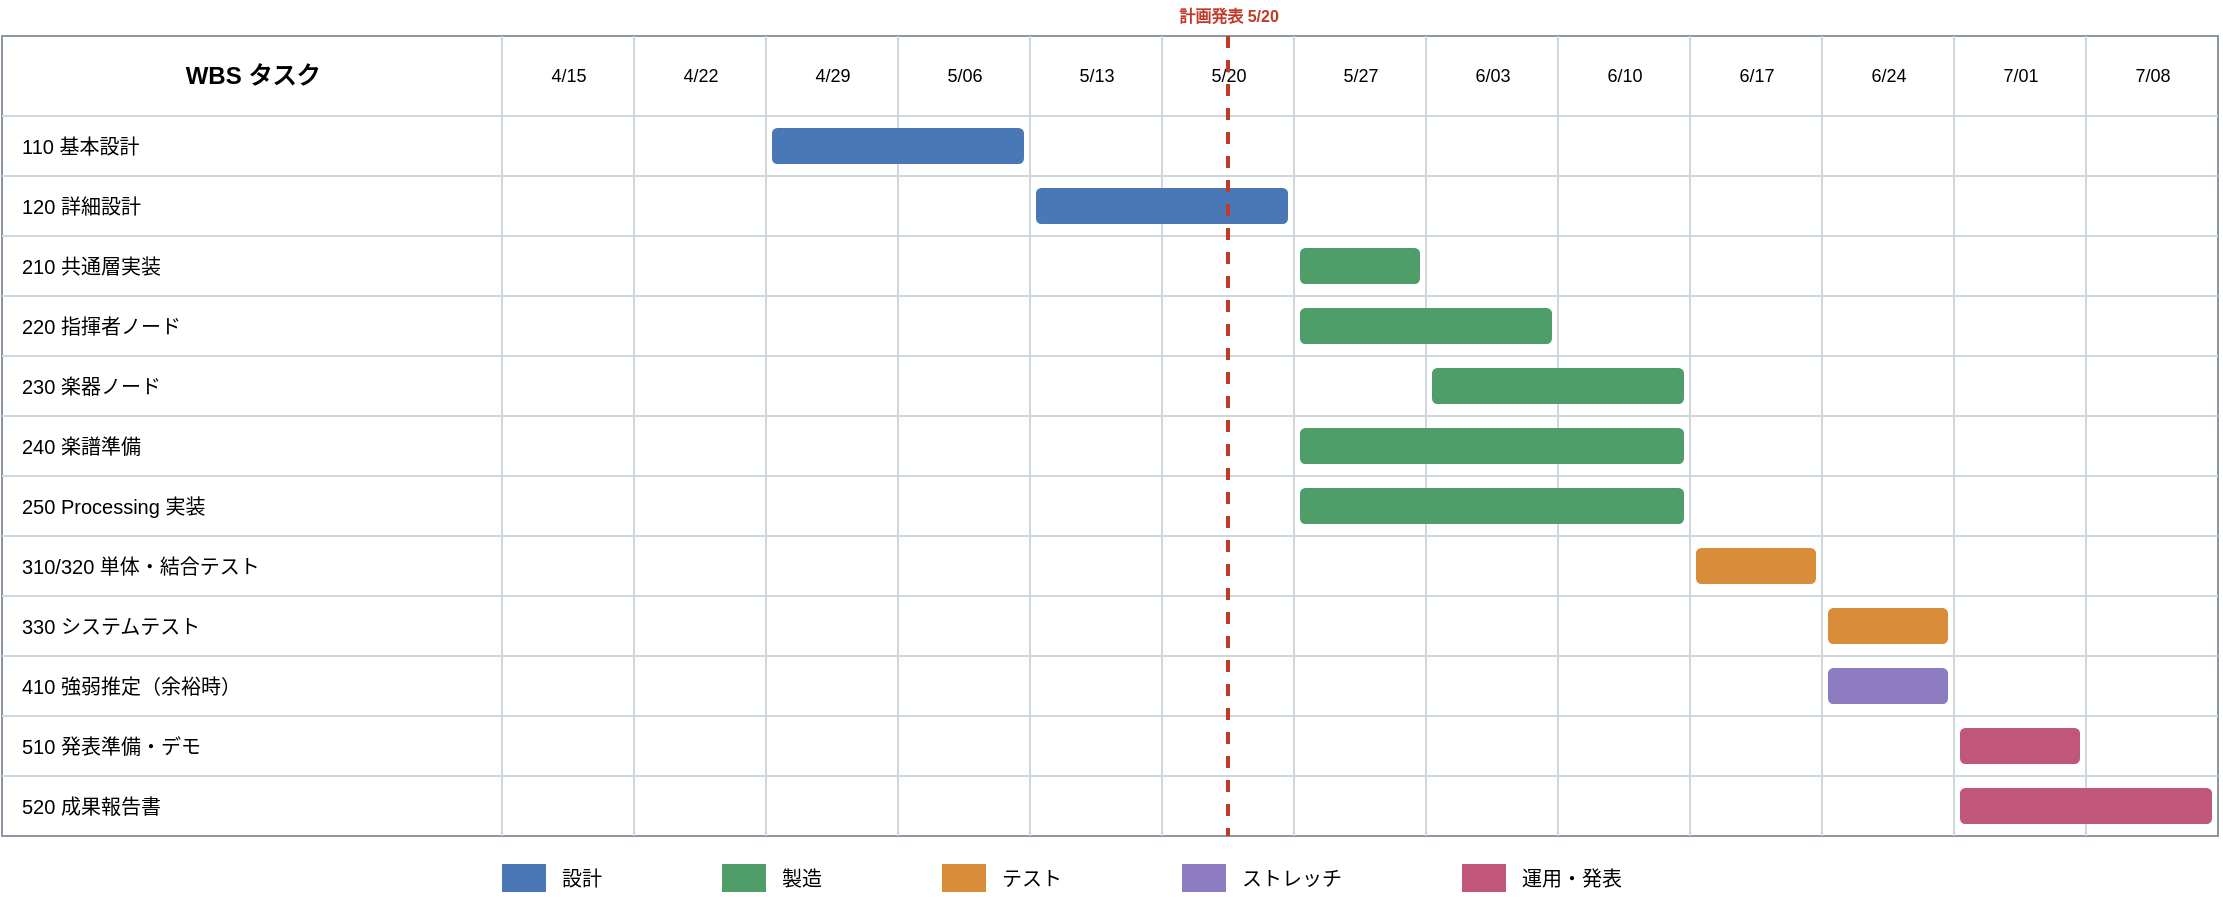
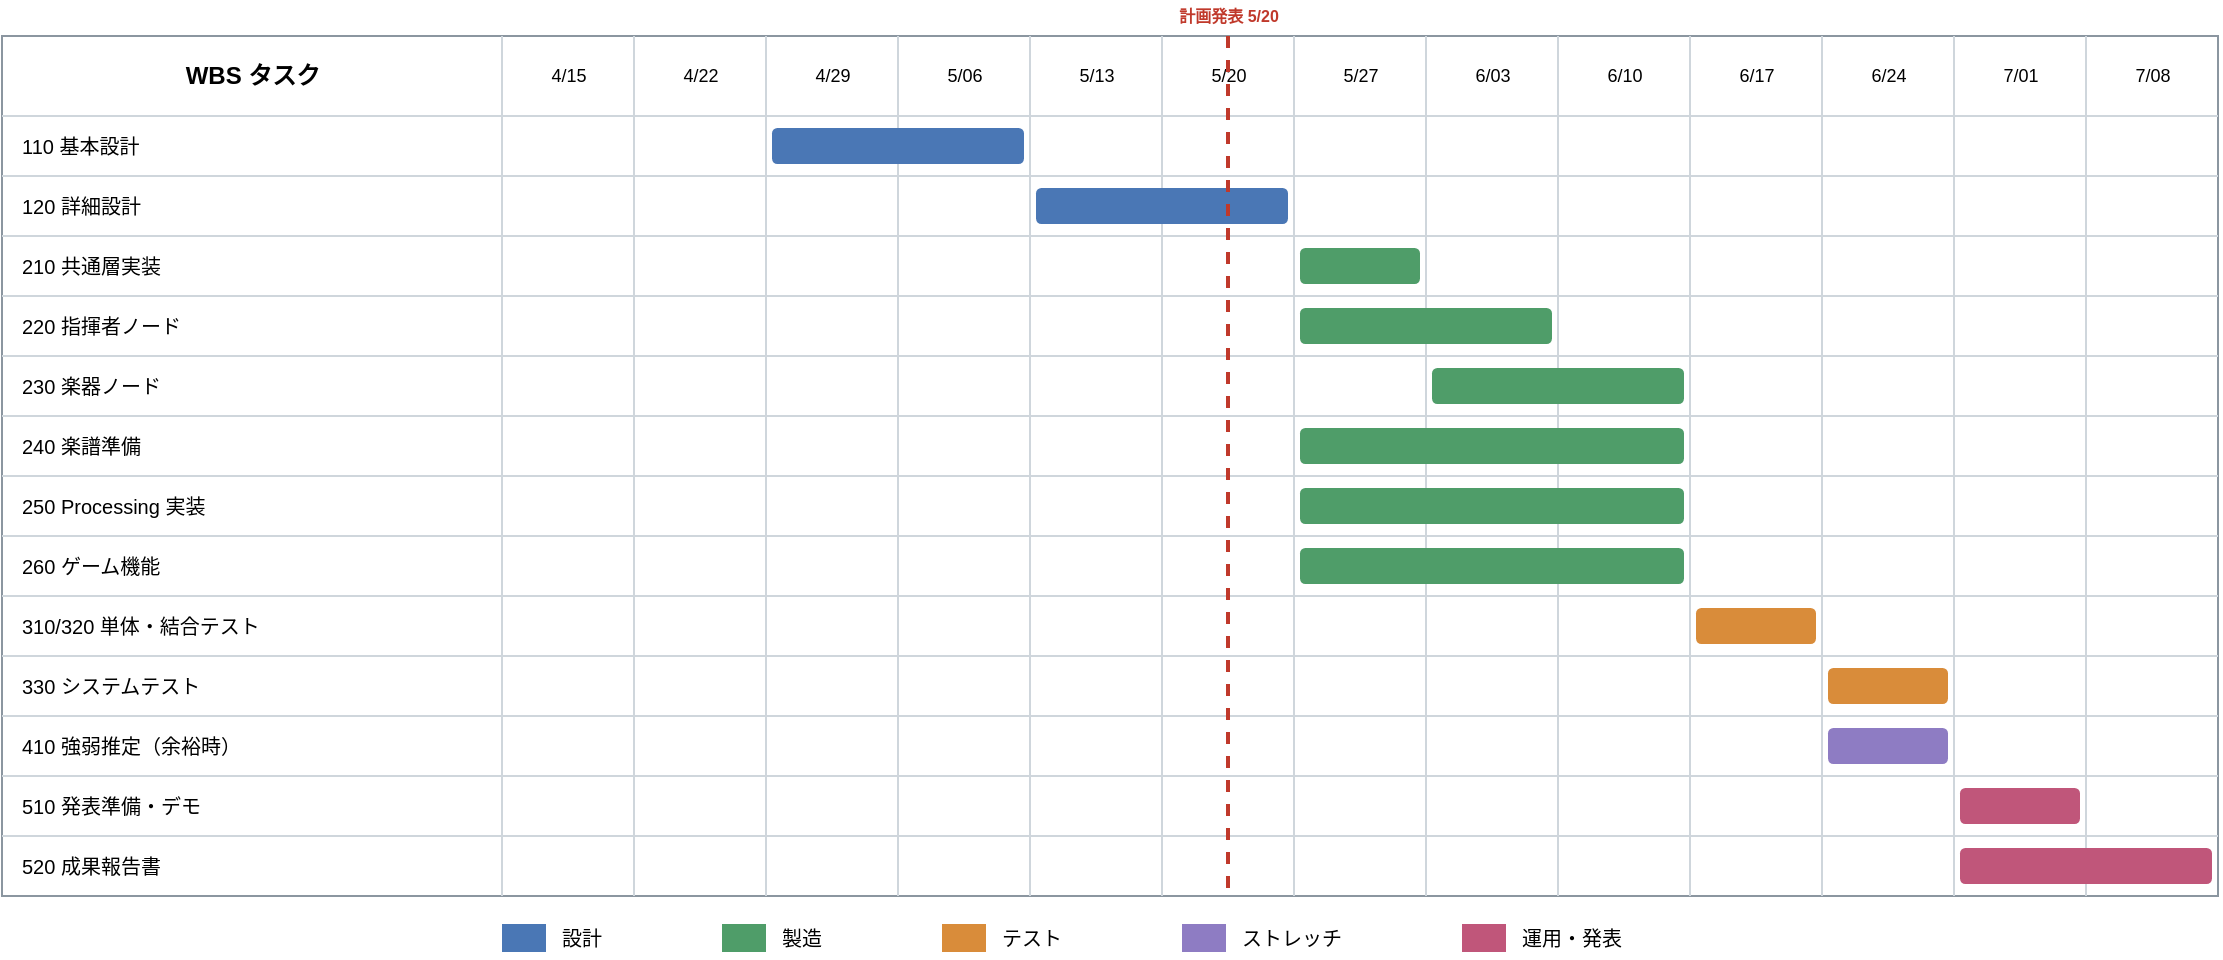
<mxfile host="Claude">
  <diagram id="gantt" name="Gantt">
-     <mxGraphModel dx="1160" dy="470" grid="0" gridSize="10" guides="1" tooltips="1" connect="1" arrows="1" fold="1" page="1" pageScale="1" pageWidth="1160" pageHeight="470" math="0" shadow="0">
+     <mxGraphModel dx="1160" dy="500" grid="0" gridSize="10" guides="1" tooltips="1" connect="1" arrows="1" fold="1" page="1" pageScale="1" pageWidth="1160" pageHeight="500" math="0" shadow="0">
      <root>
        <mxCell id="0"/>
        <mxCell id="1" parent="0"/>
-         <mxCell id="frame" value="" style="rounded=0;whiteSpace=wrap;html=1;fillColor=none;strokeColor=#8B96A0;" vertex="1" parent="1"><mxGeometry x="20" y="20" width="1108" height="400" as="geometry"/></mxCell>
-         <mxCell id="vl0" style="endArrow=none;html=1;strokeColor=#CFD6DC;" edge="1" parent="1"><mxGeometry relative="1" as="geometry"><mxPoint x="270" y="20" as="sourcePoint"/><mxPoint x="270" y="420" as="targetPoint"/></mxGeometry></mxCell>
-         <mxCell id="vl1" style="endArrow=none;html=1;strokeColor=#CFD6DC;" edge="1" parent="1"><mxGeometry relative="1" as="geometry"><mxPoint x="336" y="20" as="sourcePoint"/><mxPoint x="336" y="420" as="targetPoint"/></mxGeometry></mxCell>
-         <mxCell id="vl2" style="endArrow=none;html=1;strokeColor=#CFD6DC;" edge="1" parent="1"><mxGeometry relative="1" as="geometry"><mxPoint x="402" y="20" as="sourcePoint"/><mxPoint x="402" y="420" as="targetPoint"/></mxGeometry></mxCell>
-         <mxCell id="vl3" style="endArrow=none;html=1;strokeColor=#CFD6DC;" edge="1" parent="1"><mxGeometry relative="1" as="geometry"><mxPoint x="468" y="20" as="sourcePoint"/><mxPoint x="468" y="420" as="targetPoint"/></mxGeometry></mxCell>
-         <mxCell id="vl4" style="endArrow=none;html=1;strokeColor=#CFD6DC;" edge="1" parent="1"><mxGeometry relative="1" as="geometry"><mxPoint x="534" y="20" as="sourcePoint"/><mxPoint x="534" y="420" as="targetPoint"/></mxGeometry></mxCell>
-         <mxCell id="vl5" style="endArrow=none;html=1;strokeColor=#CFD6DC;" edge="1" parent="1"><mxGeometry relative="1" as="geometry"><mxPoint x="600" y="20" as="sourcePoint"/><mxPoint x="600" y="420" as="targetPoint"/></mxGeometry></mxCell>
-         <mxCell id="vl6" style="endArrow=none;html=1;strokeColor=#CFD6DC;" edge="1" parent="1"><mxGeometry relative="1" as="geometry"><mxPoint x="666" y="20" as="sourcePoint"/><mxPoint x="666" y="420" as="targetPoint"/></mxGeometry></mxCell>
-         <mxCell id="vl7" style="endArrow=none;html=1;strokeColor=#CFD6DC;" edge="1" parent="1"><mxGeometry relative="1" as="geometry"><mxPoint x="732" y="20" as="sourcePoint"/><mxPoint x="732" y="420" as="targetPoint"/></mxGeometry></mxCell>
-         <mxCell id="vl8" style="endArrow=none;html=1;strokeColor=#CFD6DC;" edge="1" parent="1"><mxGeometry relative="1" as="geometry"><mxPoint x="798" y="20" as="sourcePoint"/><mxPoint x="798" y="420" as="targetPoint"/></mxGeometry></mxCell>
-         <mxCell id="vl9" style="endArrow=none;html=1;strokeColor=#CFD6DC;" edge="1" parent="1"><mxGeometry relative="1" as="geometry"><mxPoint x="864" y="20" as="sourcePoint"/><mxPoint x="864" y="420" as="targetPoint"/></mxGeometry></mxCell>
-         <mxCell id="vl10" style="endArrow=none;html=1;strokeColor=#CFD6DC;" edge="1" parent="1"><mxGeometry relative="1" as="geometry"><mxPoint x="930" y="20" as="sourcePoint"/><mxPoint x="930" y="420" as="targetPoint"/></mxGeometry></mxCell>
-         <mxCell id="vl11" style="endArrow=none;html=1;strokeColor=#CFD6DC;" edge="1" parent="1"><mxGeometry relative="1" as="geometry"><mxPoint x="996" y="20" as="sourcePoint"/><mxPoint x="996" y="420" as="targetPoint"/></mxGeometry></mxCell>
-         <mxCell id="vl12" style="endArrow=none;html=1;strokeColor=#CFD6DC;" edge="1" parent="1"><mxGeometry relative="1" as="geometry"><mxPoint x="1062" y="20" as="sourcePoint"/><mxPoint x="1062" y="420" as="targetPoint"/></mxGeometry></mxCell>
+         <mxCell id="frame" value="" style="rounded=0;whiteSpace=wrap;html=1;fillColor=none;strokeColor=#8B96A0;" vertex="1" parent="1"><mxGeometry x="20" y="20" width="1108" height="430" as="geometry"/></mxCell>
+         <mxCell id="vl0" style="endArrow=none;html=1;strokeColor=#CFD6DC;" edge="1" parent="1"><mxGeometry relative="1" as="geometry"><mxPoint x="270" y="20" as="sourcePoint"/><mxPoint x="270" y="450" as="targetPoint"/></mxGeometry></mxCell>
+         <mxCell id="vl1" style="endArrow=none;html=1;strokeColor=#CFD6DC;" edge="1" parent="1"><mxGeometry relative="1" as="geometry"><mxPoint x="336" y="20" as="sourcePoint"/><mxPoint x="336" y="450" as="targetPoint"/></mxGeometry></mxCell>
+         <mxCell id="vl2" style="endArrow=none;html=1;strokeColor=#CFD6DC;" edge="1" parent="1"><mxGeometry relative="1" as="geometry"><mxPoint x="402" y="20" as="sourcePoint"/><mxPoint x="402" y="450" as="targetPoint"/></mxGeometry></mxCell>
+         <mxCell id="vl3" style="endArrow=none;html=1;strokeColor=#CFD6DC;" edge="1" parent="1"><mxGeometry relative="1" as="geometry"><mxPoint x="468" y="20" as="sourcePoint"/><mxPoint x="468" y="450" as="targetPoint"/></mxGeometry></mxCell>
+         <mxCell id="vl4" style="endArrow=none;html=1;strokeColor=#CFD6DC;" edge="1" parent="1"><mxGeometry relative="1" as="geometry"><mxPoint x="534" y="20" as="sourcePoint"/><mxPoint x="534" y="450" as="targetPoint"/></mxGeometry></mxCell>
+         <mxCell id="vl5" style="endArrow=none;html=1;strokeColor=#CFD6DC;" edge="1" parent="1"><mxGeometry relative="1" as="geometry"><mxPoint x="600" y="20" as="sourcePoint"/><mxPoint x="600" y="450" as="targetPoint"/></mxGeometry></mxCell>
+         <mxCell id="vl6" style="endArrow=none;html=1;strokeColor=#CFD6DC;" edge="1" parent="1"><mxGeometry relative="1" as="geometry"><mxPoint x="666" y="20" as="sourcePoint"/><mxPoint x="666" y="450" as="targetPoint"/></mxGeometry></mxCell>
+         <mxCell id="vl7" style="endArrow=none;html=1;strokeColor=#CFD6DC;" edge="1" parent="1"><mxGeometry relative="1" as="geometry"><mxPoint x="732" y="20" as="sourcePoint"/><mxPoint x="732" y="450" as="targetPoint"/></mxGeometry></mxCell>
+         <mxCell id="vl8" style="endArrow=none;html=1;strokeColor=#CFD6DC;" edge="1" parent="1"><mxGeometry relative="1" as="geometry"><mxPoint x="798" y="20" as="sourcePoint"/><mxPoint x="798" y="450" as="targetPoint"/></mxGeometry></mxCell>
+         <mxCell id="vl9" style="endArrow=none;html=1;strokeColor=#CFD6DC;" edge="1" parent="1"><mxGeometry relative="1" as="geometry"><mxPoint x="864" y="20" as="sourcePoint"/><mxPoint x="864" y="450" as="targetPoint"/></mxGeometry></mxCell>
+         <mxCell id="vl10" style="endArrow=none;html=1;strokeColor=#CFD6DC;" edge="1" parent="1"><mxGeometry relative="1" as="geometry"><mxPoint x="930" y="20" as="sourcePoint"/><mxPoint x="930" y="450" as="targetPoint"/></mxGeometry></mxCell>
+         <mxCell id="vl11" style="endArrow=none;html=1;strokeColor=#CFD6DC;" edge="1" parent="1"><mxGeometry relative="1" as="geometry"><mxPoint x="996" y="20" as="sourcePoint"/><mxPoint x="996" y="450" as="targetPoint"/></mxGeometry></mxCell>
+         <mxCell id="vl12" style="endArrow=none;html=1;strokeColor=#CFD6DC;" edge="1" parent="1"><mxGeometry relative="1" as="geometry"><mxPoint x="1062" y="20" as="sourcePoint"/><mxPoint x="1062" y="450" as="targetPoint"/></mxGeometry></mxCell>
        <mxCell id="hl0" style="endArrow=none;html=1;strokeColor=#CFD6DC;" edge="1" parent="1"><mxGeometry relative="1" as="geometry"><mxPoint x="20" y="60" as="sourcePoint"/><mxPoint x="1128" y="60" as="targetPoint"/></mxGeometry></mxCell>
        <mxCell id="hl1" style="endArrow=none;html=1;strokeColor=#CFD6DC;" edge="1" parent="1"><mxGeometry relative="1" as="geometry"><mxPoint x="20" y="90" as="sourcePoint"/><mxPoint x="1128" y="90" as="targetPoint"/></mxGeometry></mxCell>
        <mxCell id="hl2" style="endArrow=none;html=1;strokeColor=#CFD6DC;" edge="1" parent="1"><mxGeometry relative="1" as="geometry"><mxPoint x="20" y="120" as="sourcePoint"/><mxPoint x="1128" y="120" as="targetPoint"/></mxGeometry></mxCell>
        <mxCell id="hl3" style="endArrow=none;html=1;strokeColor=#CFD6DC;" edge="1" parent="1"><mxGeometry relative="1" as="geometry"><mxPoint x="20" y="150" as="sourcePoint"/><mxPoint x="1128" y="150" as="targetPoint"/></mxGeometry></mxCell>
        <mxCell id="hl4" style="endArrow=none;html=1;strokeColor=#CFD6DC;" edge="1" parent="1"><mxGeometry relative="1" as="geometry"><mxPoint x="20" y="180" as="sourcePoint"/><mxPoint x="1128" y="180" as="targetPoint"/></mxGeometry></mxCell>
        <mxCell id="hl5" style="endArrow=none;html=1;strokeColor=#CFD6DC;" edge="1" parent="1"><mxGeometry relative="1" as="geometry"><mxPoint x="20" y="210" as="sourcePoint"/><mxPoint x="1128" y="210" as="targetPoint"/></mxGeometry></mxCell>
        <mxCell id="hl6" style="endArrow=none;html=1;strokeColor=#CFD6DC;" edge="1" parent="1"><mxGeometry relative="1" as="geometry"><mxPoint x="20" y="240" as="sourcePoint"/><mxPoint x="1128" y="240" as="targetPoint"/></mxGeometry></mxCell>
        <mxCell id="hl7" style="endArrow=none;html=1;strokeColor=#CFD6DC;" edge="1" parent="1"><mxGeometry relative="1" as="geometry"><mxPoint x="20" y="270" as="sourcePoint"/><mxPoint x="1128" y="270" as="targetPoint"/></mxGeometry></mxCell>
        <mxCell id="hl8" style="endArrow=none;html=1;strokeColor=#CFD6DC;" edge="1" parent="1"><mxGeometry relative="1" as="geometry"><mxPoint x="20" y="300" as="sourcePoint"/><mxPoint x="1128" y="300" as="targetPoint"/></mxGeometry></mxCell>
        <mxCell id="hl9" style="endArrow=none;html=1;strokeColor=#CFD6DC;" edge="1" parent="1"><mxGeometry relative="1" as="geometry"><mxPoint x="20" y="330" as="sourcePoint"/><mxPoint x="1128" y="330" as="targetPoint"/></mxGeometry></mxCell>
        <mxCell id="hl10" style="endArrow=none;html=1;strokeColor=#CFD6DC;" edge="1" parent="1"><mxGeometry relative="1" as="geometry"><mxPoint x="20" y="360" as="sourcePoint"/><mxPoint x="1128" y="360" as="targetPoint"/></mxGeometry></mxCell>
        <mxCell id="hl11" style="endArrow=none;html=1;strokeColor=#CFD6DC;" edge="1" parent="1"><mxGeometry relative="1" as="geometry"><mxPoint x="20" y="390" as="sourcePoint"/><mxPoint x="1128" y="390" as="targetPoint"/></mxGeometry></mxCell>
+         <mxCell id="hl12" style="endArrow=none;html=1;strokeColor=#CFD6DC;" edge="1" parent="1"><mxGeometry relative="1" as="geometry"><mxPoint x="20" y="420" as="sourcePoint"/><mxPoint x="1128" y="420" as="targetPoint"/></mxGeometry></mxCell>
        <mxCell id="hdr" value="WBS タスク" style="text;html=1;align=center;verticalAlign=middle;fontSize=12;fontStyle=1;" vertex="1" parent="1"><mxGeometry x="20" y="20" width="250" height="40" as="geometry"/></mxCell>
        <mxCell id="w0" value="4/15" style="text;html=1;align=center;verticalAlign=middle;fontSize=9;" vertex="1" parent="1"><mxGeometry x="270" y="20" width="66" height="40" as="geometry"/></mxCell>
        <mxCell id="w1" value="4/22" style="text;html=1;align=center;verticalAlign=middle;fontSize=9;" vertex="1" parent="1"><mxGeometry x="336" y="20" width="66" height="40" as="geometry"/></mxCell>
        <mxCell id="w2" value="4/29" style="text;html=1;align=center;verticalAlign=middle;fontSize=9;" vertex="1" parent="1"><mxGeometry x="402" y="20" width="66" height="40" as="geometry"/></mxCell>
        <mxCell id="w3" value="5/06" style="text;html=1;align=center;verticalAlign=middle;fontSize=9;" vertex="1" parent="1"><mxGeometry x="468" y="20" width="66" height="40" as="geometry"/></mxCell>
        <mxCell id="w4" value="5/13" style="text;html=1;align=center;verticalAlign=middle;fontSize=9;" vertex="1" parent="1"><mxGeometry x="534" y="20" width="66" height="40" as="geometry"/></mxCell>
        <mxCell id="w5" value="5/20" style="text;html=1;align=center;verticalAlign=middle;fontSize=9;" vertex="1" parent="1"><mxGeometry x="600" y="20" width="66" height="40" as="geometry"/></mxCell>
        <mxCell id="w6" value="5/27" style="text;html=1;align=center;verticalAlign=middle;fontSize=9;" vertex="1" parent="1"><mxGeometry x="666" y="20" width="66" height="40" as="geometry"/></mxCell>
        <mxCell id="w7" value="6/03" style="text;html=1;align=center;verticalAlign=middle;fontSize=9;" vertex="1" parent="1"><mxGeometry x="732" y="20" width="66" height="40" as="geometry"/></mxCell>
        <mxCell id="w8" value="6/10" style="text;html=1;align=center;verticalAlign=middle;fontSize=9;" vertex="1" parent="1"><mxGeometry x="798" y="20" width="66" height="40" as="geometry"/></mxCell>
        <mxCell id="w9" value="6/17" style="text;html=1;align=center;verticalAlign=middle;fontSize=9;" vertex="1" parent="1"><mxGeometry x="864" y="20" width="66" height="40" as="geometry"/></mxCell>
        <mxCell id="w10" value="6/24" style="text;html=1;align=center;verticalAlign=middle;fontSize=9;" vertex="1" parent="1"><mxGeometry x="930" y="20" width="66" height="40" as="geometry"/></mxCell>
        <mxCell id="w11" value="7/01" style="text;html=1;align=center;verticalAlign=middle;fontSize=9;" vertex="1" parent="1"><mxGeometry x="996" y="20" width="66" height="40" as="geometry"/></mxCell>
        <mxCell id="w12" value="7/08" style="text;html=1;align=center;verticalAlign=middle;fontSize=9;" vertex="1" parent="1"><mxGeometry x="1062" y="20" width="66" height="40" as="geometry"/></mxCell>
        <mxCell id="rl0" value="110 基本設計" style="text;html=1;align=left;verticalAlign=middle;fontSize=10;spacingLeft=8;" vertex="1" parent="1"><mxGeometry x="20" y="60" width="250" height="30" as="geometry"/></mxCell>
        <mxCell id="rl1" value="120 詳細設計" style="text;html=1;align=left;verticalAlign=middle;fontSize=10;spacingLeft=8;" vertex="1" parent="1"><mxGeometry x="20" y="90" width="250" height="30" as="geometry"/></mxCell>
        <mxCell id="rl2" value="210 共通層実装" style="text;html=1;align=left;verticalAlign=middle;fontSize=10;spacingLeft=8;" vertex="1" parent="1"><mxGeometry x="20" y="120" width="250" height="30" as="geometry"/></mxCell>
        <mxCell id="rl3" value="220 指揮者ノード" style="text;html=1;align=left;verticalAlign=middle;fontSize=10;spacingLeft=8;" vertex="1" parent="1"><mxGeometry x="20" y="150" width="250" height="30" as="geometry"/></mxCell>
        <mxCell id="rl4" value="230 楽器ノード" style="text;html=1;align=left;verticalAlign=middle;fontSize=10;spacingLeft=8;" vertex="1" parent="1"><mxGeometry x="20" y="180" width="250" height="30" as="geometry"/></mxCell>
        <mxCell id="rl5" value="240 楽譜準備" style="text;html=1;align=left;verticalAlign=middle;fontSize=10;spacingLeft=8;" vertex="1" parent="1"><mxGeometry x="20" y="210" width="250" height="30" as="geometry"/></mxCell>
        <mxCell id="rl6" value="250 Processing 実装" style="text;html=1;align=left;verticalAlign=middle;fontSize=10;spacingLeft=8;" vertex="1" parent="1"><mxGeometry x="20" y="240" width="250" height="30" as="geometry"/></mxCell>
-         <mxCell id="rl7" value="310/320 単体・結合テスト" style="text;html=1;align=left;verticalAlign=middle;fontSize=10;spacingLeft=8;" vertex="1" parent="1"><mxGeometry x="20" y="270" width="250" height="30" as="geometry"/></mxCell>
-         <mxCell id="rl8" value="330 システムテスト" style="text;html=1;align=left;verticalAlign=middle;fontSize=10;spacingLeft=8;" vertex="1" parent="1"><mxGeometry x="20" y="300" width="250" height="30" as="geometry"/></mxCell>
-         <mxCell id="rl9" value="410 強弱推定（余裕時）" style="text;html=1;align=left;verticalAlign=middle;fontSize=10;spacingLeft=8;" vertex="1" parent="1"><mxGeometry x="20" y="330" width="250" height="30" as="geometry"/></mxCell>
-         <mxCell id="rl10" value="510 発表準備・デモ" style="text;html=1;align=left;verticalAlign=middle;fontSize=10;spacingLeft=8;" vertex="1" parent="1"><mxGeometry x="20" y="360" width="250" height="30" as="geometry"/></mxCell>
-         <mxCell id="rl11" value="520 成果報告書" style="text;html=1;align=left;verticalAlign=middle;fontSize=10;spacingLeft=8;" vertex="1" parent="1"><mxGeometry x="20" y="390" width="250" height="30" as="geometry"/></mxCell>
+         <mxCell id="rl7" value="260 ゲーム機能" style="text;html=1;align=left;verticalAlign=middle;fontSize=10;spacingLeft=8;" vertex="1" parent="1"><mxGeometry x="20" y="270" width="250" height="30" as="geometry"/></mxCell>
+         <mxCell id="rl8" value="310/320 単体・結合テスト" style="text;html=1;align=left;verticalAlign=middle;fontSize=10;spacingLeft=8;" vertex="1" parent="1"><mxGeometry x="20" y="300" width="250" height="30" as="geometry"/></mxCell>
+         <mxCell id="rl9" value="330 システムテスト" style="text;html=1;align=left;verticalAlign=middle;fontSize=10;spacingLeft=8;" vertex="1" parent="1"><mxGeometry x="20" y="330" width="250" height="30" as="geometry"/></mxCell>
+         <mxCell id="rl10" value="410 強弱推定（余裕時）" style="text;html=1;align=left;verticalAlign=middle;fontSize=10;spacingLeft=8;" vertex="1" parent="1"><mxGeometry x="20" y="360" width="250" height="30" as="geometry"/></mxCell>
+         <mxCell id="rl11" value="510 発表準備・デモ" style="text;html=1;align=left;verticalAlign=middle;fontSize=10;spacingLeft=8;" vertex="1" parent="1"><mxGeometry x="20" y="390" width="250" height="30" as="geometry"/></mxCell>
+         <mxCell id="rl12" value="520 成果報告書" style="text;html=1;align=left;verticalAlign=middle;fontSize=10;spacingLeft=8;" vertex="1" parent="1"><mxGeometry x="20" y="420" width="250" height="30" as="geometry"/></mxCell>
        <mxCell id="b0" value="" style="rounded=1;whiteSpace=wrap;html=1;fillColor=#4A77B5;strokeColor=none;" vertex="1" parent="1"><mxGeometry x="405" y="66" width="126" height="18" as="geometry"/></mxCell>
        <mxCell id="b1" value="" style="rounded=1;whiteSpace=wrap;html=1;fillColor=#4A77B5;strokeColor=none;" vertex="1" parent="1"><mxGeometry x="537" y="96" width="126" height="18" as="geometry"/></mxCell>
        <mxCell id="b2" value="" style="rounded=1;whiteSpace=wrap;html=1;fillColor=#4F9D69;strokeColor=none;" vertex="1" parent="1"><mxGeometry x="669" y="126" width="60" height="18" as="geometry"/></mxCell>
        <mxCell id="b3" value="" style="rounded=1;whiteSpace=wrap;html=1;fillColor=#4F9D69;strokeColor=none;" vertex="1" parent="1"><mxGeometry x="669" y="156" width="126" height="18" as="geometry"/></mxCell>
        <mxCell id="b4" value="" style="rounded=1;whiteSpace=wrap;html=1;fillColor=#4F9D69;strokeColor=none;" vertex="1" parent="1"><mxGeometry x="735" y="186" width="126" height="18" as="geometry"/></mxCell>
        <mxCell id="b5" value="" style="rounded=1;whiteSpace=wrap;html=1;fillColor=#4F9D69;strokeColor=none;" vertex="1" parent="1"><mxGeometry x="669" y="216" width="192" height="18" as="geometry"/></mxCell>
        <mxCell id="b6" value="" style="rounded=1;whiteSpace=wrap;html=1;fillColor=#4F9D69;strokeColor=none;" vertex="1" parent="1"><mxGeometry x="669" y="246" width="192" height="18" as="geometry"/></mxCell>
-         <mxCell id="b7" value="" style="rounded=1;whiteSpace=wrap;html=1;fillColor=#D98C3A;strokeColor=none;" vertex="1" parent="1"><mxGeometry x="867" y="276" width="60" height="18" as="geometry"/></mxCell>
-         <mxCell id="b8" value="" style="rounded=1;whiteSpace=wrap;html=1;fillColor=#D98C3A;strokeColor=none;" vertex="1" parent="1"><mxGeometry x="933" y="306" width="60" height="18" as="geometry"/></mxCell>
-         <mxCell id="b9" value="" style="rounded=1;whiteSpace=wrap;html=1;fillColor=#8E7CC3;strokeColor=none;" vertex="1" parent="1"><mxGeometry x="933" y="336" width="60" height="18" as="geometry"/></mxCell>
-         <mxCell id="b10" value="" style="rounded=1;whiteSpace=wrap;html=1;fillColor=#C0567A;strokeColor=none;" vertex="1" parent="1"><mxGeometry x="999" y="366" width="60" height="18" as="geometry"/></mxCell>
-         <mxCell id="b11" value="" style="rounded=1;whiteSpace=wrap;html=1;fillColor=#C0567A;strokeColor=none;" vertex="1" parent="1"><mxGeometry x="999" y="396" width="126" height="18" as="geometry"/></mxCell>
-         <mxCell id="nowln" style="endArrow=none;html=1;strokeColor=#C0392B;dashed=1;strokeWidth=2;" edge="1" parent="1"><mxGeometry relative="1" as="geometry"><mxPoint x="633" y="20" as="sourcePoint"/><mxPoint x="633" y="420" as="targetPoint"/></mxGeometry></mxCell>
+         <mxCell id="b7" value="" style="rounded=1;whiteSpace=wrap;html=1;fillColor=#4F9D69;strokeColor=none;" vertex="1" parent="1"><mxGeometry x="669" y="276" width="192" height="18" as="geometry"/></mxCell>
+         <mxCell id="b8" value="" style="rounded=1;whiteSpace=wrap;html=1;fillColor=#D98C3A;strokeColor=none;" vertex="1" parent="1"><mxGeometry x="867" y="306" width="60" height="18" as="geometry"/></mxCell>
+         <mxCell id="b9" value="" style="rounded=1;whiteSpace=wrap;html=1;fillColor=#D98C3A;strokeColor=none;" vertex="1" parent="1"><mxGeometry x="933" y="336" width="60" height="18" as="geometry"/></mxCell>
+         <mxCell id="b10" value="" style="rounded=1;whiteSpace=wrap;html=1;fillColor=#8E7CC3;strokeColor=none;" vertex="1" parent="1"><mxGeometry x="933" y="366" width="60" height="18" as="geometry"/></mxCell>
+         <mxCell id="b11" value="" style="rounded=1;whiteSpace=wrap;html=1;fillColor=#C0567A;strokeColor=none;" vertex="1" parent="1"><mxGeometry x="999" y="396" width="60" height="18" as="geometry"/></mxCell>
+         <mxCell id="b12" value="" style="rounded=1;whiteSpace=wrap;html=1;fillColor=#C0567A;strokeColor=none;" vertex="1" parent="1"><mxGeometry x="999" y="426" width="126" height="18" as="geometry"/></mxCell>
+         <mxCell id="nowln" style="endArrow=none;html=1;strokeColor=#C0392B;dashed=1;strokeWidth=2;" edge="1" parent="1"><mxGeometry relative="1" as="geometry"><mxPoint x="633" y="20" as="sourcePoint"/><mxPoint x="633" y="450" as="targetPoint"/></mxGeometry></mxCell>
        <mxCell id="nowtx" value="計画発表 5/20" style="text;html=1;align=center;verticalAlign=middle;fontSize=8;fontColor=#C0392B;fontStyle=1;" vertex="1" parent="1"><mxGeometry x="573" y="2" width="120" height="16" as="geometry"/></mxCell>
-         <mxCell id="lg0" value="" style="rounded=0;whiteSpace=wrap;html=1;fillColor=#4A77B5;strokeColor=none;" vertex="1" parent="1"><mxGeometry x="270" y="434" width="22" height="14" as="geometry"/></mxCell>
-         <mxCell id="lg0t" value="設計" style="text;html=1;align=left;verticalAlign=middle;fontSize=10;" vertex="1" parent="1"><mxGeometry x="298" y="431" width="70" height="20" as="geometry"/></mxCell>
-         <mxCell id="lg1" value="" style="rounded=0;whiteSpace=wrap;html=1;fillColor=#4F9D69;strokeColor=none;" vertex="1" parent="1"><mxGeometry x="380" y="434" width="22" height="14" as="geometry"/></mxCell>
-         <mxCell id="lg1t" value="製造" style="text;html=1;align=left;verticalAlign=middle;fontSize=10;" vertex="1" parent="1"><mxGeometry x="408" y="431" width="70" height="20" as="geometry"/></mxCell>
-         <mxCell id="lg2" value="" style="rounded=0;whiteSpace=wrap;html=1;fillColor=#D98C3A;strokeColor=none;" vertex="1" parent="1"><mxGeometry x="490" y="434" width="22" height="14" as="geometry"/></mxCell>
-         <mxCell id="lg2t" value="テスト" style="text;html=1;align=left;verticalAlign=middle;fontSize=10;" vertex="1" parent="1"><mxGeometry x="518" y="431" width="80" height="20" as="geometry"/></mxCell>
-         <mxCell id="lg3" value="" style="rounded=0;whiteSpace=wrap;html=1;fillColor=#8E7CC3;strokeColor=none;" vertex="1" parent="1"><mxGeometry x="610" y="434" width="22" height="14" as="geometry"/></mxCell>
-         <mxCell id="lg3t" value="ストレッチ" style="text;html=1;align=left;verticalAlign=middle;fontSize=10;" vertex="1" parent="1"><mxGeometry x="638" y="431" width="100" height="20" as="geometry"/></mxCell>
-         <mxCell id="lg4" value="" style="rounded=0;whiteSpace=wrap;html=1;fillColor=#C0567A;strokeColor=none;" vertex="1" parent="1"><mxGeometry x="750" y="434" width="22" height="14" as="geometry"/></mxCell>
-         <mxCell id="lg4t" value="運用・発表" style="text;html=1;align=left;verticalAlign=middle;fontSize=10;" vertex="1" parent="1"><mxGeometry x="778" y="431" width="110" height="20" as="geometry"/></mxCell>
+         <mxCell id="lg0" value="" style="rounded=0;whiteSpace=wrap;html=1;fillColor=#4A77B5;strokeColor=none;" vertex="1" parent="1"><mxGeometry x="270" y="464" width="22" height="14" as="geometry"/></mxCell>
+         <mxCell id="lg0t" value="設計" style="text;html=1;align=left;verticalAlign=middle;fontSize=10;" vertex="1" parent="1"><mxGeometry x="298" y="461" width="70" height="20" as="geometry"/></mxCell>
+         <mxCell id="lg1" value="" style="rounded=0;whiteSpace=wrap;html=1;fillColor=#4F9D69;strokeColor=none;" vertex="1" parent="1"><mxGeometry x="380" y="464" width="22" height="14" as="geometry"/></mxCell>
+         <mxCell id="lg1t" value="製造" style="text;html=1;align=left;verticalAlign=middle;fontSize=10;" vertex="1" parent="1"><mxGeometry x="408" y="461" width="70" height="20" as="geometry"/></mxCell>
+         <mxCell id="lg2" value="" style="rounded=0;whiteSpace=wrap;html=1;fillColor=#D98C3A;strokeColor=none;" vertex="1" parent="1"><mxGeometry x="490" y="464" width="22" height="14" as="geometry"/></mxCell>
+         <mxCell id="lg2t" value="テスト" style="text;html=1;align=left;verticalAlign=middle;fontSize=10;" vertex="1" parent="1"><mxGeometry x="518" y="461" width="80" height="20" as="geometry"/></mxCell>
+         <mxCell id="lg3" value="" style="rounded=0;whiteSpace=wrap;html=1;fillColor=#8E7CC3;strokeColor=none;" vertex="1" parent="1"><mxGeometry x="610" y="464" width="22" height="14" as="geometry"/></mxCell>
+         <mxCell id="lg3t" value="ストレッチ" style="text;html=1;align=left;verticalAlign=middle;fontSize=10;" vertex="1" parent="1"><mxGeometry x="638" y="461" width="100" height="20" as="geometry"/></mxCell>
+         <mxCell id="lg4" value="" style="rounded=0;whiteSpace=wrap;html=1;fillColor=#C0567A;strokeColor=none;" vertex="1" parent="1"><mxGeometry x="750" y="464" width="22" height="14" as="geometry"/></mxCell>
+         <mxCell id="lg4t" value="運用・発表" style="text;html=1;align=left;verticalAlign=middle;fontSize=10;" vertex="1" parent="1"><mxGeometry x="778" y="461" width="110" height="20" as="geometry"/></mxCell>
      </root>
    </mxGraphModel>
  </diagram>
</mxfile>
